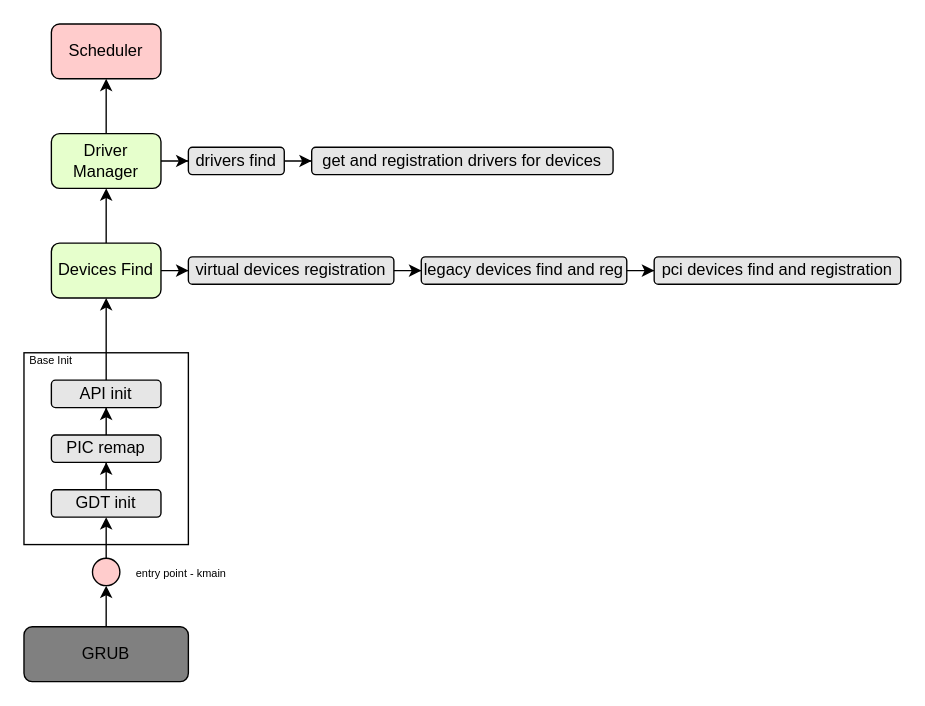
Before: docs/os_boot.drawio in igmunv/Operation-System, a draw.io diagram. Source tidied: cells renumbered, new cells numbered last; positions are measured from the earlier drawing's top-left corner, leaving out a move shared by most shapes. Both pictures are drawn from the tidied source at 137%, with x=0, y=0 at pixel (23, 23).
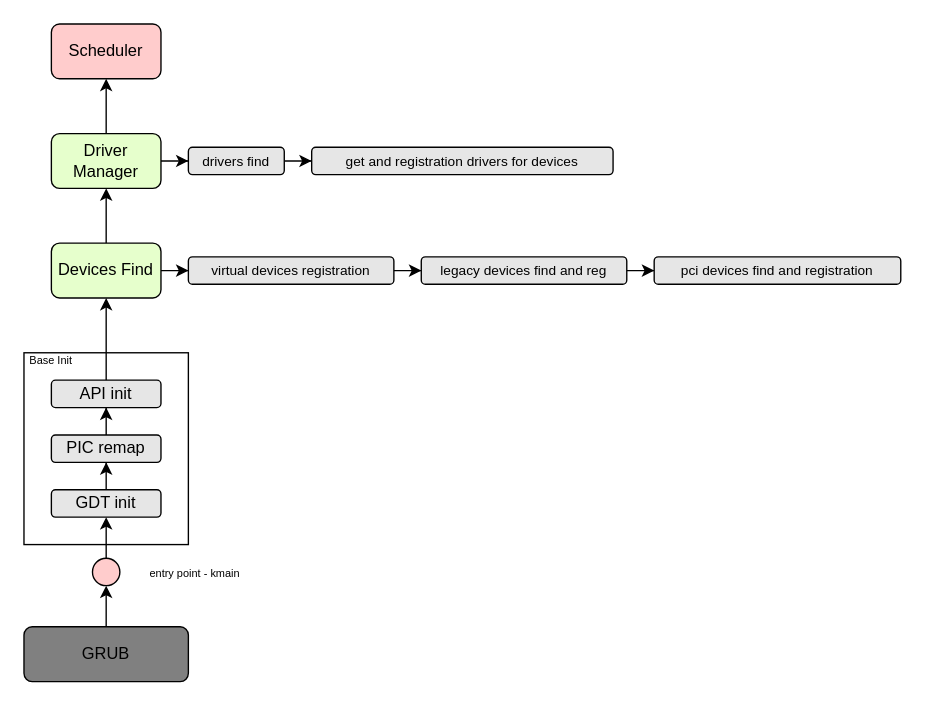
The same diagram, later.

What changed in the source:
```diff
@@
     <mxCell id="20" value="&lt;font style=&quot;font-size: 8px;&quot;&gt;entry point - kmain&lt;/font&gt;" style="text;html=1;align=center;verticalAlign=middle;whiteSpace=wrap;rounded=0;" parent="1" vertex="1">
-      <mxGeometry x="80" y="395" width="70" height="10" as="geometry" />
+      <mxGeometry x="80" y="395" width="90" height="10" as="geometry" />
     </mxCell>
@@
-    <mxCell id="23" value="virtual devices registration" style="rounded=1;whiteSpace=wrap;html=1;fillColor=#E6E6E6;" parent="1" vertex="1">
+    <mxCell id="23" value="virtual devices registration" style="rounded=1;whiteSpace=wrap;html=1;fillColor=#E6E6E6;fontSize=10;" parent="1" vertex="1">
       <mxGeometry x="120" y="170" width="150" height="20" as="geometry" />
     </mxCell>
@@
-    <mxCell id="25" value="legacy devices find and reg" style="rounded=1;whiteSpace=wrap;html=1;fillColor=#E6E6E6;" parent="1" vertex="1">
+    <mxCell id="25" value="legacy devices find and reg" style="rounded=1;whiteSpace=wrap;html=1;fillColor=#E6E6E6;fontSize=10;" parent="1" vertex="1">
       <mxGeometry x="290" y="170" width="150" height="20" as="geometry" />
     </mxCell>
-    <mxCell id="26" value="pci devices find and registration" style="rounded=1;whiteSpace=wrap;html=1;fillColor=#E6E6E6;" parent="1" vertex="1">
+    <mxCell id="26" value="pci devices find and registration" style="rounded=1;whiteSpace=wrap;html=1;fillColor=#E6E6E6;fontSize=10;" parent="1" vertex="1">
       <mxGeometry x="460" y="170" width="180" height="20" as="geometry" />
     </mxCell>
@@
-    <mxCell id="28" value="drivers find" style="rounded=1;whiteSpace=wrap;html=1;fillColor=#E6E6E6;" parent="1" vertex="1">
+    <mxCell id="28" value="drivers find" style="rounded=1;whiteSpace=wrap;html=1;fillColor=#E6E6E6;fontSize=10;" parent="1" vertex="1">
       <mxGeometry x="120" y="90" width="70" height="20" as="geometry" />
     </mxCell>
-    <mxCell id="29" value="get and registration drivers for devices" style="rounded=1;whiteSpace=wrap;html=1;fillColor=#E6E6E6;" parent="1" vertex="1">
+    <mxCell id="29" value="get and registration drivers for devices" style="rounded=1;whiteSpace=wrap;html=1;fillColor=#E6E6E6;fontSize=10;" parent="1" vertex="1">
       <mxGeometry x="210" y="90" width="220" height="20" as="geometry" />
     </mxCell>
```
